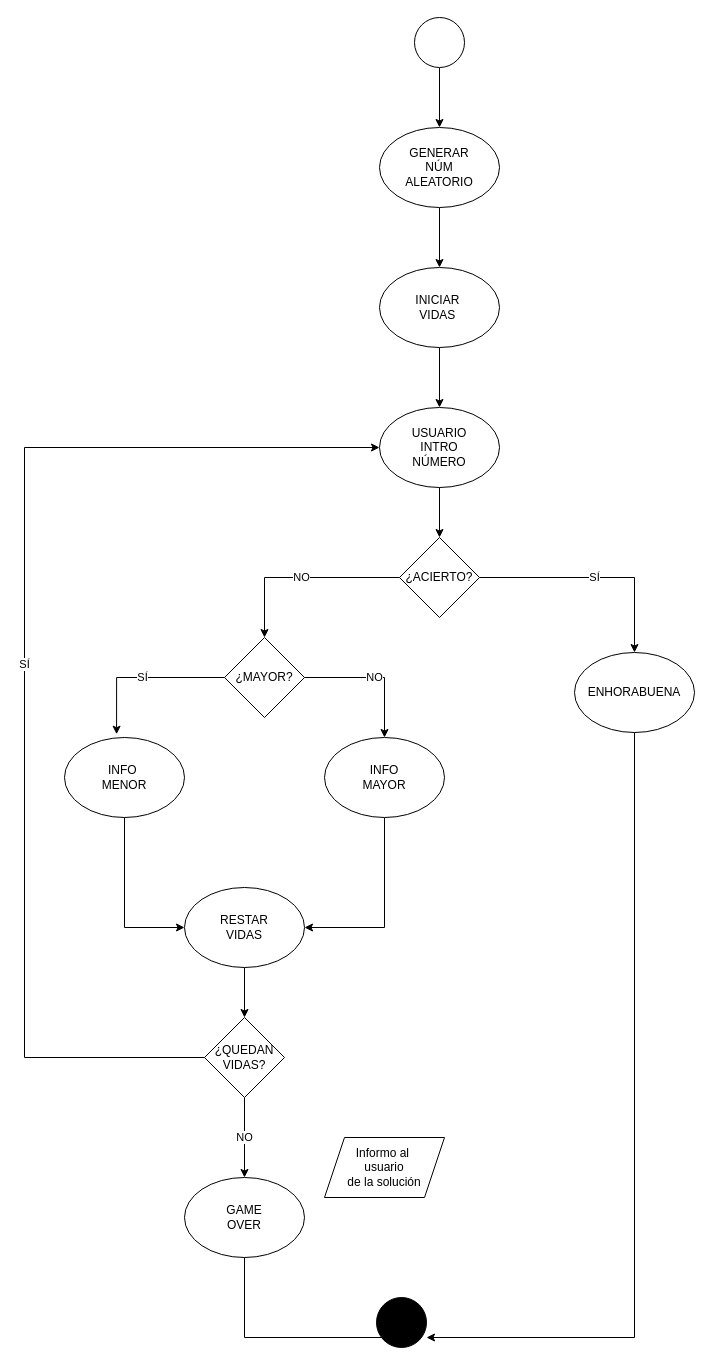
The draw.io diagram appinicialprofe/DIAGRA ACTIVIDAD JUEGO ADIVINA.drawio in Valexx55/sanblasjava, before the edit. Source tidied: cells renumbered, new cells numbered last; positions are measured from the earlier drawing's top-left corner, leaving out a move shared by most shapes. Both pictures are drawn from the tidied source at 100%, with x=0, y=0 at pixel (24, 17).
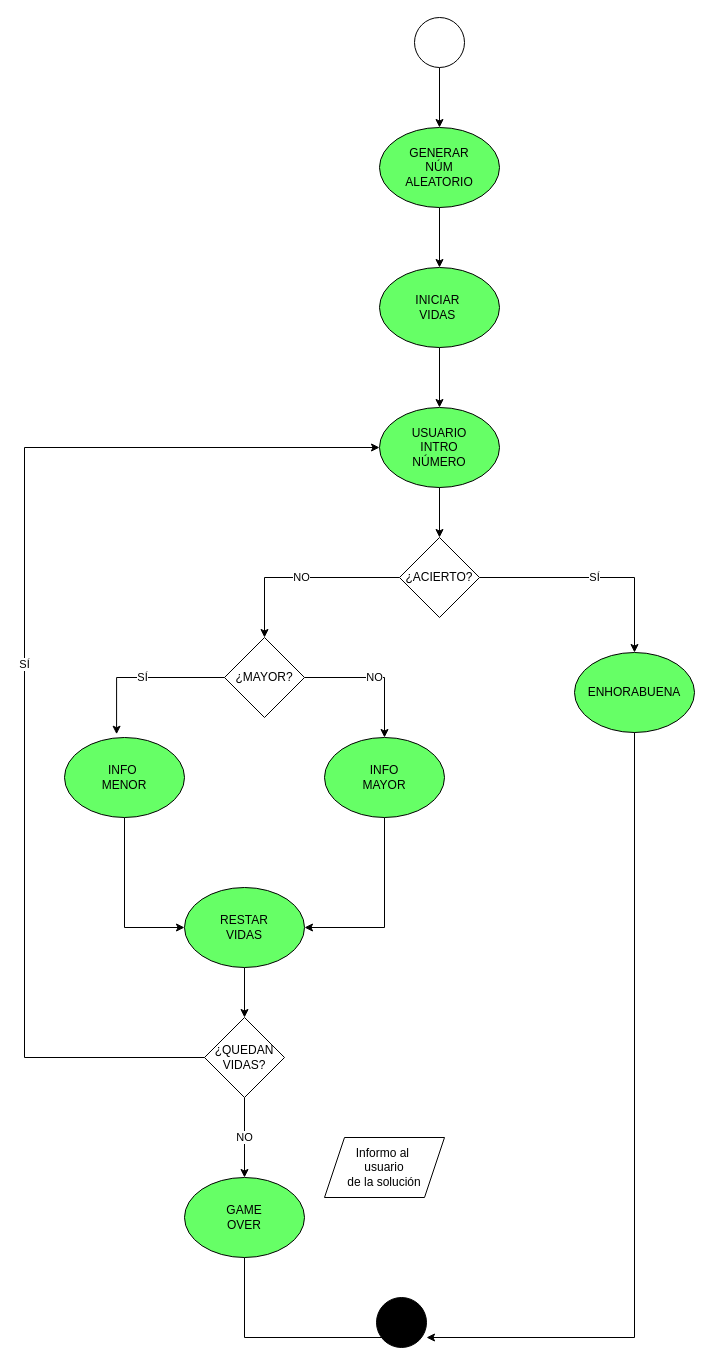
The same diagram, later.

What changed in the source:
```diff
@@
-    <mxCell id="6" value="GENERAR&lt;br&gt;NÚM&lt;br&gt;ALEATORIO" style="ellipse;whiteSpace=wrap;html=1;" parent="1" vertex="1">
+    <mxCell id="6" value="GENERAR&lt;br&gt;NÚM&lt;br&gt;ALEATORIO" style="ellipse;whiteSpace=wrap;html=1;fillColor=#66FF66;" parent="1" vertex="1">
       <mxGeometry x="355" y="110" width="120" height="80" as="geometry" />
     </mxCell>
@@
-    <mxCell id="8" value="INICIAR&amp;nbsp;&lt;br&gt;VIDAS&amp;nbsp;" style="ellipse;whiteSpace=wrap;html=1;" parent="1" vertex="1">
+    <mxCell id="8" value="INICIAR&amp;nbsp;&lt;br&gt;VIDAS&amp;nbsp;" style="ellipse;whiteSpace=wrap;html=1;fillColor=#66FF66;" parent="1" vertex="1">
       <mxGeometry x="355" y="250" width="120" height="80" as="geometry" />
     </mxCell>
-    <mxCell id="9" value="USUARIO&lt;br&gt;INTRO&lt;br&gt;NÚMERO" style="ellipse;whiteSpace=wrap;html=1;" parent="1" vertex="1">
+    <mxCell id="9" value="USUARIO&lt;br&gt;INTRO&lt;br&gt;NÚMERO" style="ellipse;whiteSpace=wrap;html=1;fillColor=#66FF66;" parent="1" vertex="1">
       <mxGeometry x="355" y="390" width="120" height="80" as="geometry" />
     </mxCell>
@@
-    <mxCell id="13" value="ENHORABUENA" style="ellipse;whiteSpace=wrap;html=1;" parent="1" vertex="1">
+    <mxCell id="13" value="ENHORABUENA" style="ellipse;whiteSpace=wrap;html=1;fillColor=#66FF66;" parent="1" vertex="1">
       <mxGeometry x="550" y="635" width="120" height="80" as="geometry" />
     </mxCell>
@@
-    <mxCell id="19" value="INFO&amp;nbsp;&lt;br&gt;MENOR" style="ellipse;whiteSpace=wrap;html=1;" parent="1" vertex="1">
+    <mxCell id="19" value="INFO&amp;nbsp;&lt;br&gt;MENOR" style="ellipse;whiteSpace=wrap;html=1;fillColor=#66FF66;" parent="1" vertex="1">
       <mxGeometry x="40" y="720" width="120" height="80" as="geometry" />
     </mxCell>
@@
-    <mxCell id="21" value="INFO&lt;br&gt;MAYOR" style="ellipse;whiteSpace=wrap;html=1;" parent="1" vertex="1">
+    <mxCell id="21" value="INFO&lt;br&gt;MAYOR" style="ellipse;whiteSpace=wrap;html=1;fillColor=#66FF66;" parent="1" vertex="1">
       <mxGeometry x="300" y="720" width="120" height="80" as="geometry" />
     </mxCell>
@@
-    <mxCell id="24" value="RESTAR&lt;br&gt;VIDAS" style="ellipse;whiteSpace=wrap;html=1;" parent="1" vertex="1">
+    <mxCell id="24" value="RESTAR&lt;br&gt;VIDAS" style="ellipse;whiteSpace=wrap;html=1;fillColor=#66FF66;" parent="1" vertex="1">
       <mxGeometry x="160" y="870" width="120" height="80" as="geometry" />
     </mxCell>
@@
-    <mxCell id="29" value="GAME&lt;br&gt;OVER" style="ellipse;whiteSpace=wrap;html=1;" parent="1" vertex="1">
+    <mxCell id="29" value="GAME&lt;br&gt;OVER" style="ellipse;whiteSpace=wrap;html=1;fillColor=#66FF66;" parent="1" vertex="1">
       <mxGeometry x="160" y="1160" width="120" height="80" as="geometry" />
     </mxCell>
```
